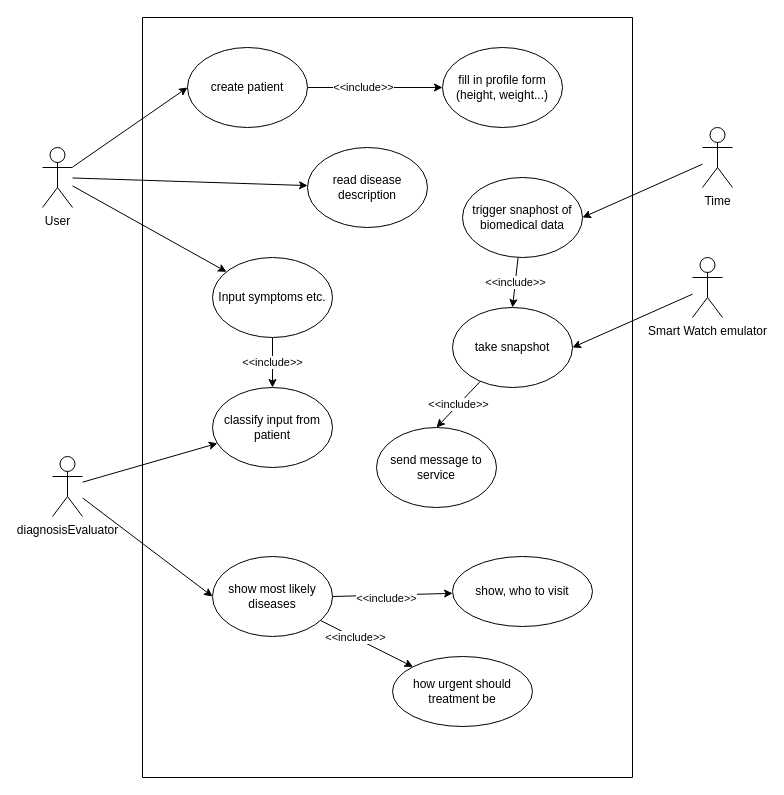
This is diagrams/UseCaseDiagram.drawio from hollepat/VirtualDoctor_, a draw.io file, before an edit. Source tidied: cells renumbered, new cells numbered last; positions are measured from the earlier drawing's top-left corner, leaving out a move shared by most shapes. Both pictures are drawn from the tidied source at 100%, with x=0, y=0 at pixel (42, 17).
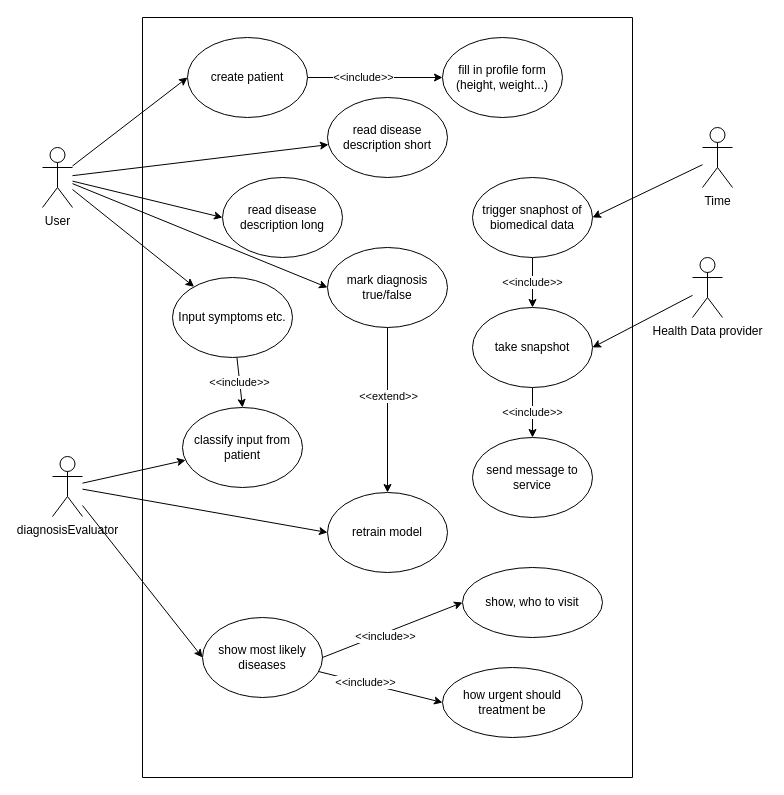
The same page after the edit.

The change refers to these unchanged cells:
```xml
<mxCell id="5" value="User" style="shape=umlActor;verticalLabelPosition=bottom;verticalAlign=top;html=1;outlineConnect=0;" parent="1" vertex="1">
  <mxGeometry y="130" width="30" height="60" as="geometry" />
</mxCell>
<mxCell id="8" value="diagnosisEvaluator" style="shape=umlActor;verticalLabelPosition=bottom;verticalAlign=top;html=1;outlineConnect=0;" parent="1" vertex="1">
  <mxGeometry x="10" y="439" width="30" height="60" as="geometry" />
</mxCell>
<mxCell id="9" style="swimlane;startSize=0;" parent="1" vertex="1">
  <mxGeometry x="100" width="490" height="760" as="geometry" />
</mxCell>
```

Diff of the diagram source:
```diff
@@
+    <mxCell id="34" style="rounded=0;jettySize=auto;html=1;entryX=0;entryY=0.5;entryDx=0;entryDy=0;" parent="1" edge="1" source="5" target="37">
+      <mxGeometry relative="1" as="geometry" />
+    </mxCell>
+    <mxCell id="35" style="rounded=0;jettySize=auto;html=1;entryX=0;entryY=0.5;entryDx=0;entryDy=0;" parent="1" edge="1" source="5" target="40">
+      <mxGeometry relative="1" as="geometry" />
+    </mxCell>
@@
+    <mxCell id="36" style="rounded=0;jettySize=auto;html=1;entryX=0;entryY=0.5;entryDx=0;entryDy=0;" parent="1" edge="1" source="8" target="41">
+      <mxGeometry relative="1" as="geometry" />
+    </mxCell>
@@
     <mxCell id="12" value="create patient" style="ellipse;whiteSpace=wrap;html=1;" parent="9" vertex="1">
-      <mxGeometry x="45" y="30" width="120" height="80" as="geometry" />
+      <mxGeometry x="45" y="20" width="120" height="80" as="geometry" />
     </mxCell>
     <mxCell id="13" value="classify input from patient" style="ellipse;whiteSpace=wrap;html=1;" parent="9" vertex="1">
-      <mxGeometry x="70" y="370" width="120" height="80" as="geometry" />
+      <mxGeometry x="40" y="390" width="120" height="80" as="geometry" />
     </mxCell>
-    <mxCell id="14" value="&amp;lt;&amp;lt;include&amp;gt;&amp;gt;" style="edgeStyle=orthogonalEdgeStyle;rounded=0;jettySize=auto;html=1;entryX=0.5;entryY=0;entryDx=0;entryDy=0;" parent="9" edge="1" source="15" target="13">
+    <mxCell id="14" value="&amp;lt;&amp;lt;include&amp;gt;&amp;gt;" style="rounded=0;jettySize=auto;html=1;entryX=0.5;entryY=0;entryDx=0;entryDy=0;" parent="9" edge="1" source="15" target="13">
       <mxGeometry relative="1" as="geometry" />
     </mxCell>
     <mxCell id="15" value="Input symptoms etc." style="ellipse;whiteSpace=wrap;html=1;" parent="9" vertex="1">
-      <mxGeometry x="70" y="240" width="120" height="80" as="geometry" />
+      <mxGeometry x="30" y="260" width="120" height="80" as="geometry" />
     </mxCell>
     <mxCell id="16" value="fill in profile form (height, weight...)" style="ellipse;whiteSpace=wrap;html=1;" parent="9" vertex="1">
-      <mxGeometry x="300" y="30" width="120" height="80" as="geometry" />
+      <mxGeometry x="300" y="20" width="120" height="80" as="geometry" />
     </mxCell>
-    <mxCell id="17" style="rounded=0;jettySize=auto;html=1;entryX=0;entryY=0;entryDx=0;entryDy=0;" parent="9" edge="1" source="19" target="24">
+    <mxCell id="17" style="rounded=0;jettySize=auto;html=1;entryX=0;entryY=0.5;entryDx=0;entryDy=0;" parent="9" edge="1" source="19" target="24">
       <mxGeometry relative="1" as="geometry" />
     </mxCell>
@@
     <mxCell id="19" value="show most likely&lt;br&gt;diseases" style="ellipse;whiteSpace=wrap;html=1;" parent="9" vertex="1">
-      <mxGeometry x="70" y="539" width="120" height="80" as="geometry" />
+      <mxGeometry x="60" y="600" width="120" height="80" as="geometry" />
     </mxCell>
-    <mxCell id="20" value="read disease description" style="ellipse;whiteSpace=wrap;html=1;" parent="9" vertex="1">
-      <mxGeometry x="165" y="130" width="120" height="80" as="geometry" />
+    <mxCell id="20" value="read disease description short" style="ellipse;whiteSpace=wrap;html=1;" parent="9" vertex="1">
+      <mxGeometry x="185" y="80" width="120" height="80" as="geometry" />
     </mxCell>
-    <mxCell id="21" style="rounded=0;jettySize=auto;html=1;entryX=1;entryY=0.5;entryDx=0;entryDy=0;endArrow=none;endFill=0;startArrow=classic;startFill=1;" parent="9" edge="1" source="23" target="19">
+    <mxCell id="21" style="rounded=0;jettySize=auto;html=1;entryX=1;entryY=0.5;entryDx=0;entryDy=0;endArrow=none;endFill=0;startArrow=classic;startFill=1;exitX=0;exitY=0.5;exitDx=0;exitDy=0;" parent="9" edge="1" source="23" target="19">
       <mxGeometry relative="1" as="geometry" />
     </mxCell>
@@
     <mxCell id="23" value="show, who to visit" style="ellipse;whiteSpace=wrap;html=1;" parent="9" vertex="1">
-      <mxGeometry x="310" y="539" width="140" height="70" as="geometry" />
+      <mxGeometry x="320" y="550" width="140" height="70" as="geometry" />
     </mxCell>
     <mxCell id="24" value="how urgent should treatment be" style="ellipse;whiteSpace=wrap;html=1;" parent="9" vertex="1">
-      <mxGeometry x="250" y="639" width="140" height="70" as="geometry" />
+      <mxGeometry x="300" y="650" width="140" height="70" as="geometry" />
     </mxCell>
@@
     <mxCell id="26" value="trigger snaphost of biomedical data" style="ellipse;whiteSpace=wrap;html=1;" parent="9" vertex="1">
-      <mxGeometry x="320" y="160" width="120" height="80" as="geometry" />
+      <mxGeometry x="330" y="160" width="120" height="80" as="geometry" />
     </mxCell>
@@
     <mxCell id="28" value="take snapshot" style="ellipse;whiteSpace=wrap;html=1;" parent="9" vertex="1">
-      <mxGeometry x="310" y="290" width="120" height="80" as="geometry" />
+      <mxGeometry x="330" y="290" width="120" height="80" as="geometry" />
     </mxCell>
     <mxCell id="29" value="send message to service" style="ellipse;whiteSpace=wrap;html=1;" parent="9" vertex="1">
-      <mxGeometry x="234" y="410" width="120" height="80" as="geometry" />
+      <mxGeometry x="330" y="420" width="120" height="80" as="geometry" />
     </mxCell>
+    <mxCell id="37" value="read disease description long" style="ellipse;whiteSpace=wrap;html=1;" parent="9" vertex="1">
+      <mxGeometry x="80" y="160" width="120" height="80" as="geometry" />
+    </mxCell>
+    <mxCell id="38" style="edgeStyle=orthogonalEdgeStyle;rounded=0;jettySize=auto;html=1;entryX=0.5;entryY=0;entryDx=0;entryDy=0;" parent="9" edge="1" source="40" target="41">
+      <mxGeometry relative="1" as="geometry" />
+    </mxCell>
+    <mxCell id="39" value="&amp;lt;&amp;lt;extend&amp;gt;&amp;gt;" style="edgeLabel;html=1;align=center;verticalAlign=middle;" parent="38" vertex="1">
+      <mxGeometry x="-0.17" relative="1" as="geometry" />
+    </mxCell>
+    <mxCell id="40" value="mark diagnosis true/false" style="ellipse;whiteSpace=wrap;html=1;" parent="9" vertex="1">
+      <mxGeometry x="185" y="230" width="120" height="80" as="geometry" />
+    </mxCell>
+    <mxCell id="41" value="retrain model" style="ellipse;whiteSpace=wrap;html=1;" parent="9" vertex="1">
+      <mxGeometry x="185" y="475" width="120" height="80" as="geometry" />
+    </mxCell>
@@
-    <mxCell id="31" value="Smart Watch emulator" style="shape=umlActor;verticalLabelPosition=bottom;verticalAlign=top;html=1;outlineConnect=0;" parent="1" vertex="1">
+    <mxCell id="31" value="Health Data provider" style="shape=umlActor;verticalLabelPosition=bottom;verticalAlign=top;html=1;outlineConnect=0;" parent="1" vertex="1">
       <mxGeometry x="650" y="240" width="30" height="60" as="geometry" />
     </mxCell>
```
